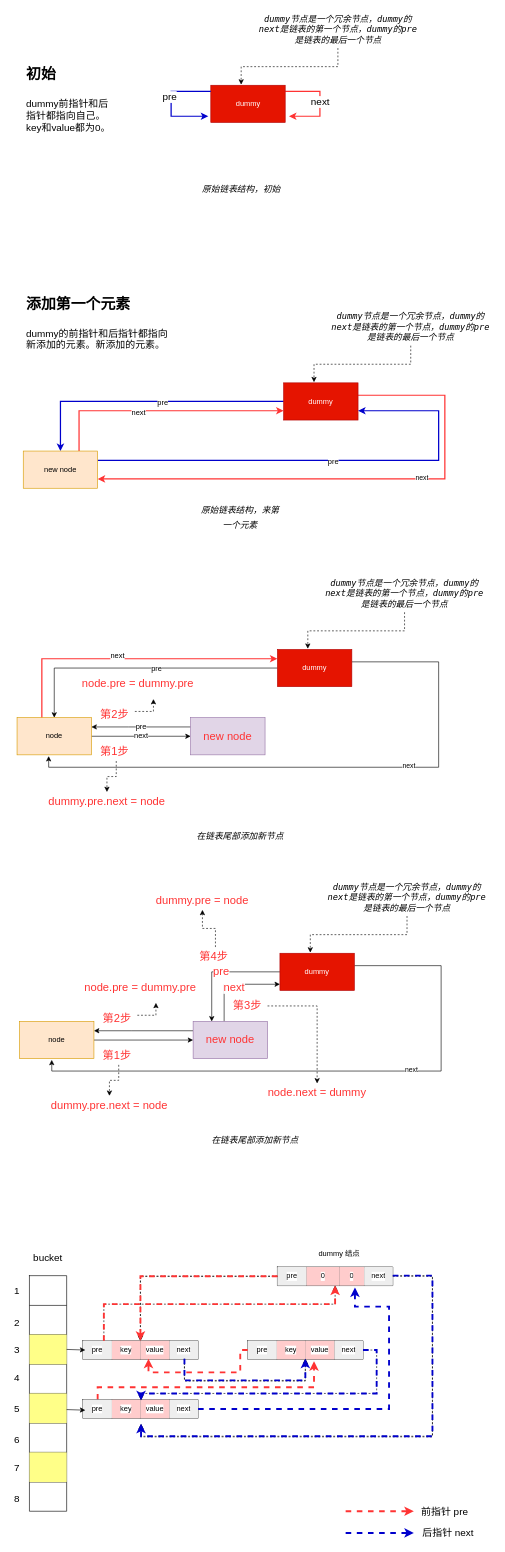
Earlier version of the draw.io diagram RLUCache.drawio (JamalyYao/diagrams.net-graph). Source tidied: cells renumbered, new cells numbered last; positions are measured from the earlier drawing's top-left corner, leaving out a move shared by most shapes. Both pictures are drawn from the tidied source at 62%, with x=0, y=0 at pixel (11, 11).
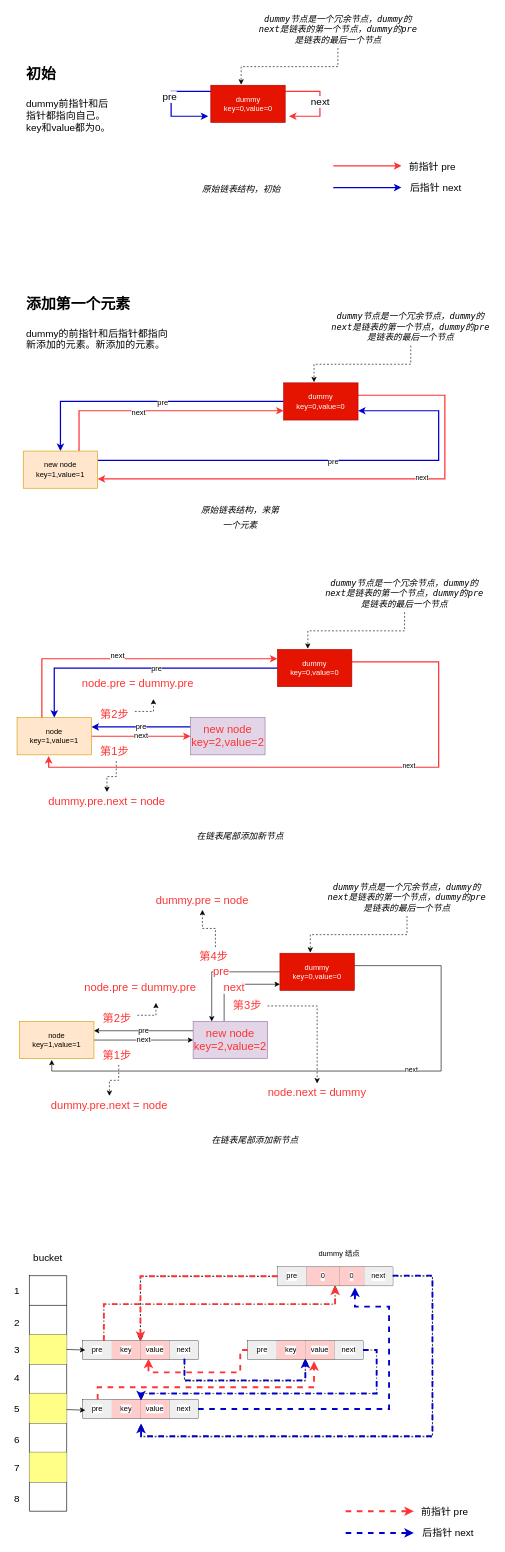
Above is the later version.

What changed in the source:
```diff
@@
-    <mxCell id="5" value="dummy" style="rounded=0;whiteSpace=wrap;html=1;fillColor=#e51400;fontColor=#ffffff;strokeColor=#B20000;" parent="1" vertex="1">
+    <mxCell id="5" value="dummy&lt;br&gt;key=0,value=0" style="rounded=0;whiteSpace=wrap;html=1;fillColor=#e51400;fontColor=#ffffff;strokeColor=#B20000;" parent="1" vertex="1">
       <mxGeometry x="434" y="1520" width="120" height="60" as="geometry" />
     </mxCell>
-    <mxCell id="6" style="edgeStyle=orthogonalEdgeStyle;rounded=0;jettySize=auto;html=1;entryX=1;entryY=0.25;entryDx=0;entryDy=0;fontSize=18;fontColor=#FF3333;" parent="1" edge="1" source="9" target="13">
+    <mxCell id="6" value="pre" style="edgeStyle=orthogonalEdgeStyle;rounded=0;jettySize=auto;html=1;entryX=1;entryY=0.25;entryDx=0;entryDy=0;fontSize=12;fontColor=#000000;" parent="1" edge="1" source="9" target="13">
       <mxGeometry relative="1" as="geometry">
         <Array as="points">
           <mxPoint x="194" y="1645" />
           <mxPoint x="194" y="1645" />
         </Array>
       </mxGeometry>
     </mxCell>
@@
-    <mxCell id="9" value="&lt;font color=&quot;#ff3333&quot; style=&quot;font-size: 18px;&quot;&gt;new&amp;nbsp;node&lt;/font&gt;" style="rounded=0;whiteSpace=wrap;html=1;fontSize=18;fillColor=#e1d5e7;strokeColor=#9673a6;" parent="1" vertex="1">
+    <mxCell id="9" value="&lt;span style=&quot;color: rgb(255 , 51 , 51)&quot;&gt;new&amp;nbsp;node&lt;/span&gt;&lt;br style=&quot;color: rgb(255 , 51 , 51)&quot;&gt;&lt;span style=&quot;color: rgb(255 , 51 , 51)&quot;&gt;key=2,value=2&lt;/span&gt;" style="rounded=0;whiteSpace=wrap;html=1;fontSize=18;fillColor=#e1d5e7;strokeColor=#9673a6;" parent="1" vertex="1">
       <mxGeometry x="294" y="1630" width="120" height="60" as="geometry" />
     </mxCell>
@@
-    <mxCell id="12" style="edgeStyle=orthogonalEdgeStyle;rounded=0;jettySize=auto;html=1;entryX=0;entryY=0.5;entryDx=0;entryDy=0;fontSize=19;fontColor=#000000;" parent="1" edge="1" source="13" target="9">
+    <mxCell id="12" value="next" style="edgeStyle=orthogonalEdgeStyle;rounded=0;jettySize=auto;html=1;entryX=0;entryY=0.5;entryDx=0;entryDy=0;fontSize=12;fontColor=#000000;" parent="1" edge="1" source="13" target="9">
       <mxGeometry relative="1" as="geometry" />
     </mxCell>
-    <mxCell id="13" value="node" style="rounded=0;whiteSpace=wrap;html=1;fillColor=#ffe6cc;strokeColor=#d79b00;" parent="1" vertex="1">
+    <mxCell id="13" value="node&lt;br&gt;key=1,value=1" style="rounded=0;whiteSpace=wrap;html=1;fillColor=#ffe6cc;strokeColor=#d79b00;" parent="1" vertex="1">
       <mxGeometry x="14" y="1630" width="120" height="60" as="geometry" />
     </mxCell>
@@
-    <mxCell id="25" style="edgeStyle=orthogonalEdgeStyle;rounded=0;jettySize=auto;html=1;entryX=0.425;entryY=1.033;entryDx=0;entryDy=0;entryPerimeter=0;" parent="1" edge="1" source="29" target="37">
+    <mxCell id="25" style="edgeStyle=orthogonalEdgeStyle;rounded=0;jettySize=auto;html=1;entryX=0.425;entryY=1.033;entryDx=0;entryDy=0;entryPerimeter=0;strokeColor=#FF3333;strokeWidth=2;" parent="1" edge="1" source="29" target="37">
       <mxGeometry relative="1" as="geometry">
         <Array as="points">
           <mxPoint x="690" y="1050" />
           <mxPoint x="690" y="1220" />
           <mxPoint x="61" y="1220" />
         </Array>
       </mxGeometry>
     </mxCell>
@@
-    <mxCell id="27" style="edgeStyle=orthogonalEdgeStyle;rounded=0;jettySize=auto;html=1;entryX=0.5;entryY=0;entryDx=0;entryDy=0;fontSize=12;fontColor=#000000;" parent="1" edge="1" source="29" target="37">
+    <mxCell id="27" style="edgeStyle=orthogonalEdgeStyle;rounded=0;jettySize=auto;html=1;entryX=0.5;entryY=0;entryDx=0;entryDy=0;fontSize=12;fontColor=#000000;strokeColor=#0000CC;strokeWidth=2;" parent="1" edge="1" source="29" target="37">
       <mxGeometry relative="1" as="geometry" />
     </mxCell>
@@
-    <mxCell id="29" value="dummy" style="rounded=0;whiteSpace=wrap;html=1;fillColor=#e51400;fontColor=#ffffff;strokeColor=#B20000;" parent="1" vertex="1">
+    <mxCell id="29" value="dummy&lt;br&gt;key=0,value=0" style="rounded=0;whiteSpace=wrap;html=1;fillColor=#e51400;fontColor=#ffffff;strokeColor=#B20000;" parent="1" vertex="1">
       <mxGeometry x="430" y="1030" width="120" height="60" as="geometry" />
     </mxCell>
-    <mxCell id="30" value="pre" style="edgeStyle=orthogonalEdgeStyle;rounded=0;jettySize=auto;html=1;entryX=1;entryY=0.25;entryDx=0;entryDy=0;fontSize=12;fontColor=#000000;" parent="1" edge="1" source="31" target="37">
+    <mxCell id="30" value="pre" style="edgeStyle=orthogonalEdgeStyle;rounded=0;jettySize=auto;html=1;entryX=1;entryY=0.25;entryDx=0;entryDy=0;fontSize=12;fontColor=#000000;strokeColor=#0000CC;strokeWidth=2;" parent="1" edge="1" source="31" target="37">
       <mxGeometry relative="1" as="geometry">
         <Array as="points">
           <mxPoint x="190" y="1155" />
           <mxPoint x="190" y="1155" />
         </Array>
       </mxGeometry>
     </mxCell>
-    <mxCell id="31" value="&lt;font color=&quot;#ff3333&quot; style=&quot;font-size: 18px;&quot;&gt;new&amp;nbsp;node&lt;/font&gt;" style="rounded=0;whiteSpace=wrap;html=1;fontSize=18;fillColor=#e1d5e7;strokeColor=#9673a6;" parent="1" vertex="1">
+    <mxCell id="31" value="&lt;font color=&quot;#ff3333&quot; style=&quot;font-size: 18px&quot;&gt;new&amp;nbsp;node&lt;br&gt;key=2,value=2&lt;br&gt;&lt;/font&gt;" style="rounded=0;whiteSpace=wrap;html=1;fontSize=18;fillColor=#e1d5e7;strokeColor=#9673a6;" parent="1" vertex="1">
       <mxGeometry x="290" y="1140" width="120" height="60" as="geometry" />
     </mxCell>
@@
-    <mxCell id="34" value="next" style="edgeStyle=orthogonalEdgeStyle;rounded=0;jettySize=auto;html=1;entryX=0;entryY=0.5;entryDx=0;entryDy=0;fontSize=12;fontColor=#000000;" parent="1" edge="1" source="37" target="31">
+    <mxCell id="34" value="next" style="edgeStyle=orthogonalEdgeStyle;rounded=0;jettySize=auto;html=1;entryX=0;entryY=0.5;entryDx=0;entryDy=0;fontSize=12;fontColor=#000000;strokeColor=#FF3333;strokeWidth=2;" parent="1" edge="1" source="37" target="31">
       <mxGeometry relative="1" as="geometry" />
     </mxCell>
@@
-    <mxCell id="37" value="node" style="rounded=0;whiteSpace=wrap;html=1;fillColor=#ffe6cc;strokeColor=#d79b00;" parent="1" vertex="1">
+    <mxCell id="37" value="node&lt;br&gt;key=1,value=1" style="rounded=0;whiteSpace=wrap;html=1;fillColor=#ffe6cc;strokeColor=#d79b00;" parent="1" vertex="1">
       <mxGeometry x="10" y="1140" width="120" height="60" as="geometry" />
     </mxCell>
@@
-    <mxCell id="49" value="dummy" style="rounded=0;whiteSpace=wrap;html=1;fillColor=#e51400;fontColor=#ffffff;strokeColor=#B20000;" parent="1" vertex="1">
+    <mxCell id="49" value="dummy&lt;br&gt;key=0,value=0" style="rounded=0;whiteSpace=wrap;html=1;fillColor=#e51400;fontColor=#ffffff;strokeColor=#B20000;" parent="1" vertex="1">
       <mxGeometry x="440" y="600" width="120" height="60" as="geometry" />
     </mxCell>
@@
-    <mxCell id="55" value="new&amp;nbsp;node" style="rounded=0;whiteSpace=wrap;html=1;fillColor=#ffe6cc;strokeColor=#d79b00;" parent="1" vertex="1">
+    <mxCell id="55" value="new&amp;nbsp;node&lt;br&gt;key=1,value=1" style="rounded=0;whiteSpace=wrap;html=1;fillColor=#ffe6cc;strokeColor=#d79b00;" parent="1" vertex="1">
       <mxGeometry x="20" y="710" width="120" height="60" as="geometry" />
     </mxCell>
@@
-    <mxCell id="134" value="dummy" style="rounded=0;whiteSpace=wrap;html=1;fillColor=#e51400;fontColor=#ffffff;strokeColor=#B20000;" parent="1" vertex="1">
+    <mxCell id="134" value="dummy&lt;br&gt;key=0,value=0" style="rounded=0;whiteSpace=wrap;html=1;fillColor=#e51400;fontColor=#ffffff;strokeColor=#B20000;" parent="1" vertex="1">
       <mxGeometry x="322.5" y="120" width="120" height="60" as="geometry" />
     </mxCell>
@@
+    <mxCell id="141" style="endArrow=classic;html=1;rounded=0;fontSize=16;fontColor=#000000;strokeColor=#0000CC;strokeWidth=2;" parent="1" edge="1">
+      <mxGeometry relative="1" as="geometry">
+        <mxPoint x="520" y="285" as="sourcePoint" />
+        <mxPoint x="630" y="285" as="targetPoint" />
+      </mxGeometry>
+    </mxCell>
+    <mxCell id="142" style="endArrow=classic;html=1;rounded=0;fontSize=16;fontColor=#000000;strokeColor=#FF3333;strokeWidth=2;" parent="1" edge="1">
+      <mxGeometry relative="1" as="geometry">
+        <mxPoint x="520" y="250" as="sourcePoint" />
+        <mxPoint x="630" y="250" as="targetPoint" />
+      </mxGeometry>
+    </mxCell>
+    <mxCell id="143" value="前指针 pre" style="text;html=1;strokeColor=none;fillColor=none;align=center;verticalAlign=middle;whiteSpace=wrap;rounded=0;labelBackgroundColor=#FFFFFF;fontSize=16;fontColor=#000000;" parent="1" vertex="1">
+      <mxGeometry x="635" y="236" width="90" height="30" as="geometry" />
+    </mxCell>
+    <mxCell id="144" value="后指针 next" style="text;html=1;strokeColor=none;fillColor=none;align=center;verticalAlign=middle;whiteSpace=wrap;rounded=0;labelBackgroundColor=#FFFFFF;fontSize=16;fontColor=#000000;" parent="1" vertex="1">
+      <mxGeometry x="642.5" y="270" width="85" height="30" as="geometry" />
+    </mxCell>
```
